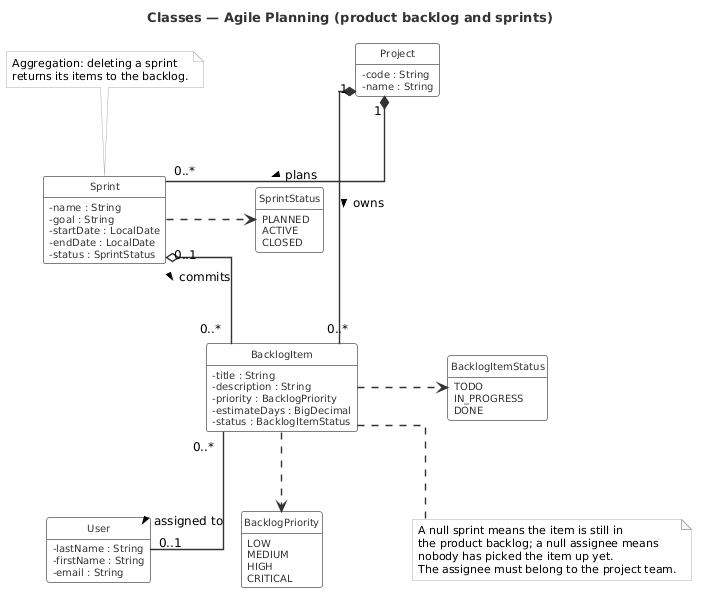
mazenrakrouki/tekup-pms-platform keeps this PlantUML diagram as docs/uml/class_agile.png. Above is the earlier version.
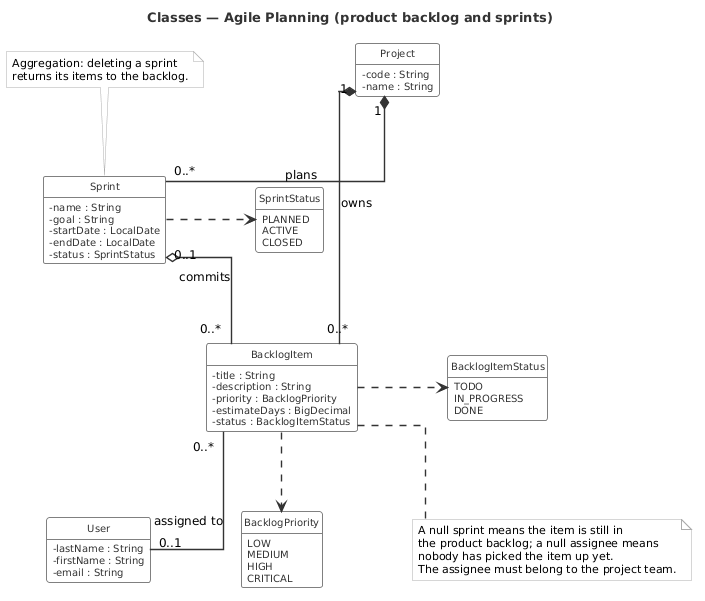
The same file after the commit.

Diff of the diagram source:
```diff
@@ -95,11 +95,10 @@
   DONE
 }
 
-Project "1" *-- "0..*" Sprint      : plans >
-Project "1" *-- "0..*" BacklogItem : owns >
-Sprint  "0..1" o-- "0..*" BacklogItem : commits >
-BacklogItem "0..*" -- "0..1" User : assigned to >
-
+Project "1" *-- "0..*" Sprint      : plans
+Project "1" *-- "0..*" BacklogItem : owns
+Sprint  "0..1" o-- "0..*" BacklogItem : commits
+BacklogItem "0..*" -- "0..1" User : assigned to
 Sprint      .right.> SprintStatus
 BacklogItem .right.> BacklogItemStatus
 BacklogItem .down.>  BacklogPriority
```
